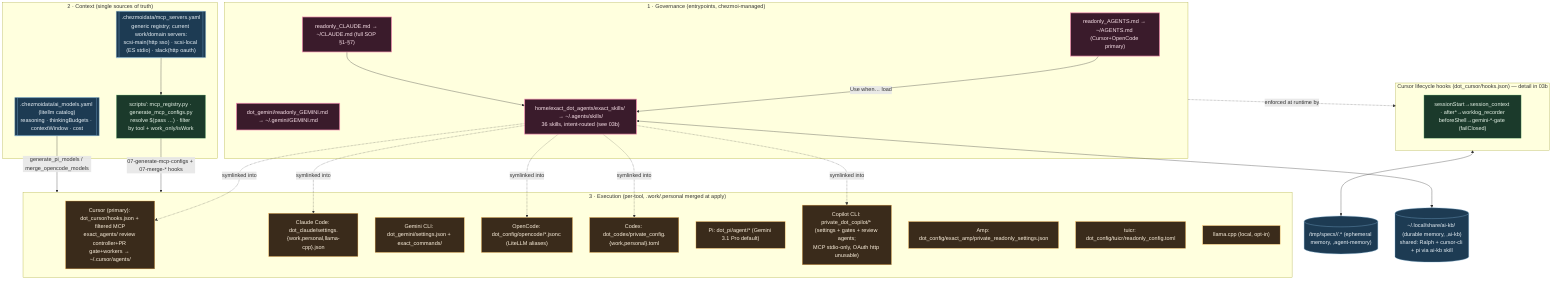
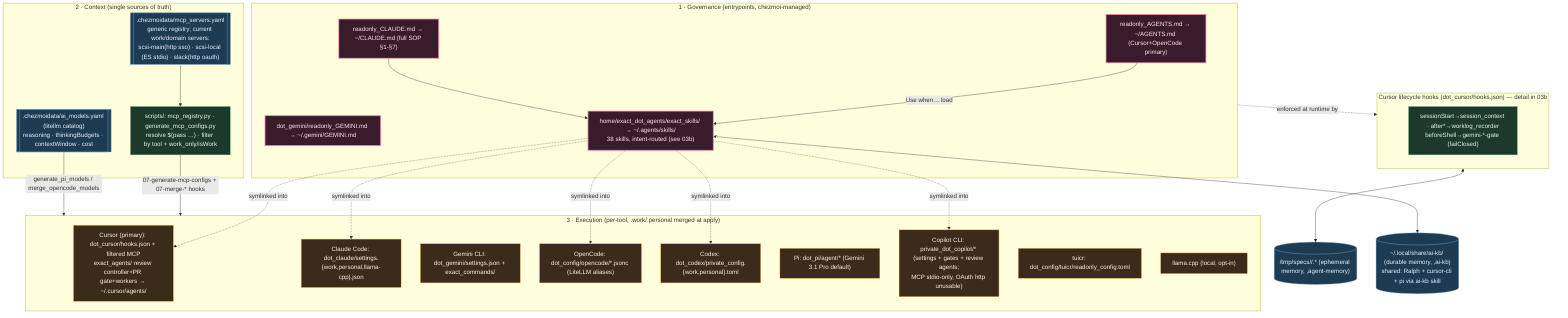
%% ============================================================================
%% 03-agentic-os.mmd — Agentic OS: governance + context + execution layers.
%% Entry SOPs + MCP/model registries + per-tool config generation.
%% Skills/hooks file-level detail → 03b. Per-tool config files → 12.
%% ============================================================================
flowchart TB
    classDef gov fill:#3a1b2b,stroke:#f48fb1,color:#fce4ec,stroke-width:2px;
    classDef ctx fill:#1b3a2b,stroke:#81c784,color:#e8f5e9;
    classDef exec fill:#3a2b1b,stroke:#ffb74d,color:#fff3e0;
    classDef data fill:#1d3b53,stroke:#7fb3d5,color:#eaf2f8;

    subgraph GOV["1 · Governance (entrypoints, chezmoi-managed)"]
        AG["readonly_AGENTS.md → ~/AGENTS.md (Cursor+OpenCode primary)"]:::gov
        CL["readonly_CLAUDE.md → ~/CLAUDE.md (full SOP §1-§7)"]:::gov
        GM["dot_gemini/readonly_GEMINI.md → ~/.gemini/GEMINI.md"]:::gov
-         SK["home/exact_dot_agents/exact_skills/ → ~/.agents/skills/<br/>36 skills, intent-routed (see 03b)"]:::gov
+         SK["home/exact_dot_agents/exact_skills/ → ~/.agents/skills/<br/>38 skills, intent-routed (see 03b)"]:::gov
        AG -->|Use when… load| SK
        CL --> SK
    end

    subgraph CTX["2 · Context (single sources of truth)"]
        REG[[".chezmoidata/mcp_servers.yaml<br/>generic registry; current work/domain servers:<br/>scsi-main(http sso) · scsi-local (ES stdio) · slack(http oauth)"]]:::data
        MODELS[[".chezmoidata/ai_models.yaml (litellm catalog)<br/>reasoning · thinkingBudgets · contextWindow · cost"]]:::data
        GEN["scripts/: mcp_registry.py · generate_mcp_configs.py<br/>resolve $(pass …) · filter by tool + work_only/isWork"]:::ctx
        REG --> GEN
    end

    subgraph EXECL["3 · Execution (per-tool, .work/.personal merged at apply)"]
        CURSOR["Cursor (primary): dot_cursor/hooks.json + filtered MCP<br/>exact_agents/ review controller+PR gate+workers → ~/.cursor/agents/"]:::exec
        CLAUDE["Claude Code: dot_claude/settings.{work,personal,llama-cpp}.json"]:::exec
        GEMINI["Gemini CLI: dot_gemini/settings.json + exact_commands/"]:::exec
        OPENCODE["OpenCode: dot_config/opencode/*.jsonc (LiteLLM aliases)"]:::exec
        CODEX["Codex: dot_codex/private_config.{work,personal}.toml"]:::exec
        PI["Pi: dot_pi/agent/* (Gemini 3.1 Pro default)"]:::exec
        COPILOT["Copilot CLI: private_dot_copilot/* (settings + gates + review agents;<br/>MCP stdio-only, OAuth http unusable)"]:::exec
-         AMP["Amp: dot_config/exact_amp/private_readonly_settings.json"]:::exec
        TUICR["tuicr: dot_config/tuicr/readonly_config.toml"]:::exec
        LOCAL["llama.cpp (local, opt-in)"]:::exec
    end

    GEN -->|07-generate-mcp-configs + 07-merge-* hooks| EXECL
    MODELS -->|generate_pi_models / merge_opencode_models| EXECL
    SK -. symlinked into .-> CURSOR & CLAUDE & OPENCODE & CODEX & COPILOT

    subgraph HOOKS["Cursor lifecycle hooks (dot_cursor/hooks.json) — detail in 03b"]
        H["sessionStart→session_context · after*→worklog_recorder<br/>beforeShell→gemini-*-gate (failClosed)"]:::ctx
    end
    GOV -.enforced at runtime by.-> HOOKS
    MEM[("/tmp/specs/<pwd>/<topic>.* (ephemeral memory, ,agent-memory)")]:::data
    HOOKS <--> MEM
    KBDB[("~/.local/share/ai-kb/ (durable memory, ,ai-kb)<br/>shared: Ralph + cursor-cli + pi via ai-kb skill")]:::data
    SK <--> KBDB
